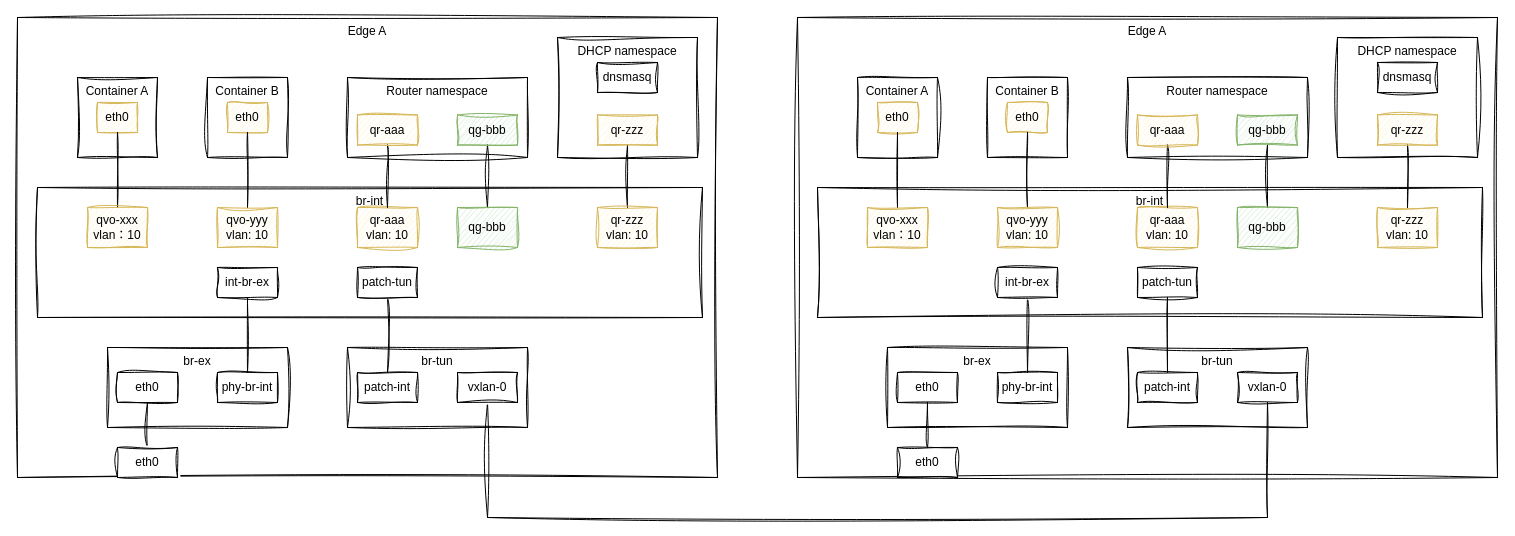
This is page "多节点同一子网" (3 of 5) of 网络虚拟化v2.drawio from wangkuntian/draw, a draw.io file, before an edit. Source tidied: cells renumbered, new cells numbered last; positions are measured from the earlier drawing's top-left corner, leaving out a move shared by most shapes. Both pictures are drawn from the tidied source at 100%, with x=0, y=0 at pixel (17, 17).
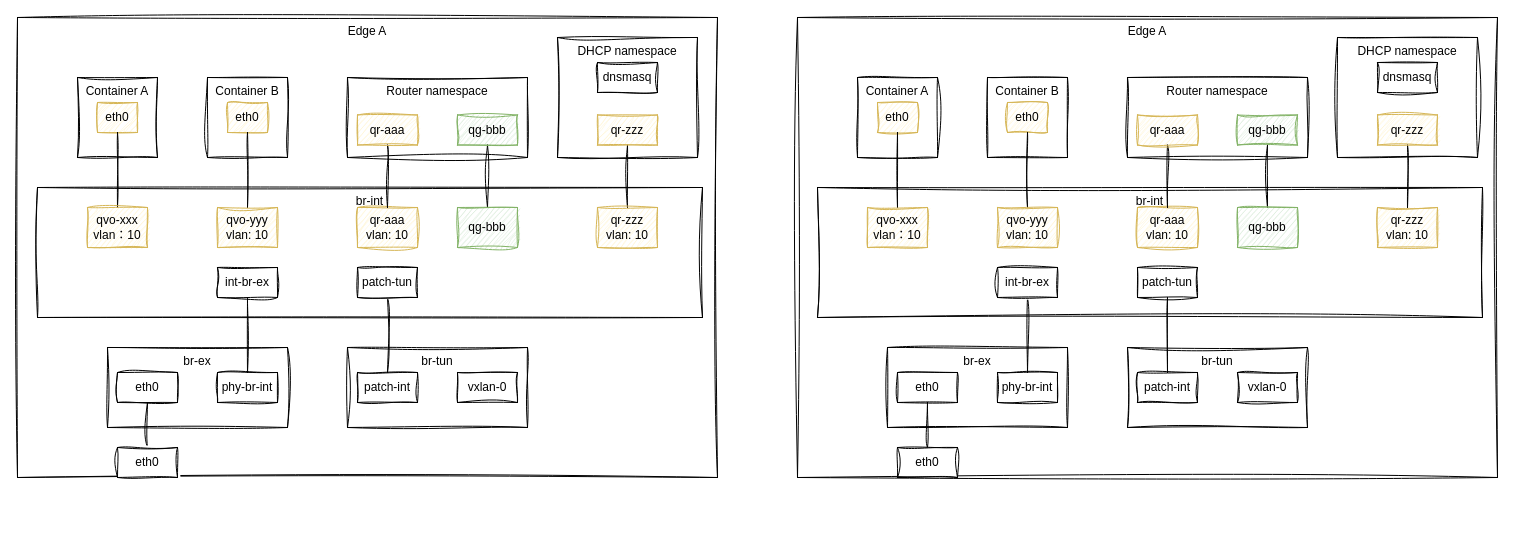
The same diagram, later.

Commit message (it also covers changes not shown here):
Update 网络虚拟化v2.drawio

The change refers to these unchanged cells:
```xml
<mxCell id="26" value="vxlan-0" style="rounded=0;whiteSpace=wrap;html=1;labelBackgroundColor=none;sketch=1;curveFitting=1;jiggle=2;" parent="1" vertex="1">
  <mxGeometry x="440" y="355" width="60" height="30" as="geometry" />
</mxCell>
<mxCell id="60" value="vxlan-0" style="rounded=0;whiteSpace=wrap;html=1;labelBackgroundColor=none;sketch=1;curveFitting=1;jiggle=2;" parent="1" vertex="1">
  <mxGeometry x="1220" y="355" width="60" height="30" as="geometry" />
</mxCell>
```

What changed in the source:
```diff
@@
-    <mxCell id="25" style="edgeStyle=orthogonalEdgeStyle;rounded=0;jettySize=auto;html=1;entryX=0.5;entryY=1;entryDx=0;entryDy=0;endArrow=none;startFill=0;sketch=1;curveFitting=1;jiggle=2;" parent="1" edge="1" source="26" target="60">
-      <mxGeometry relative="1" as="geometry">
-        <Array as="points">
-          <mxPoint x="470" y="500" />
-          <mxPoint x="1250" y="500" />
-        </Array>
-      </mxGeometry>
-    </mxCell>
@@
-    <mxCell id="71" style="edgeStyle=orthogonalEdgeStyle;rounded=0;orthogonalLoop=1;jettySize=auto;html=1;exitX=0.5;exitY=1;exitDx=0;exitDy=0;sketch=1;curveFitting=1;jiggle=2;" parent="1" edge="1" source="60" target="60">
-      <mxGeometry relative="1" as="geometry" />
-    </mxCell>
```
